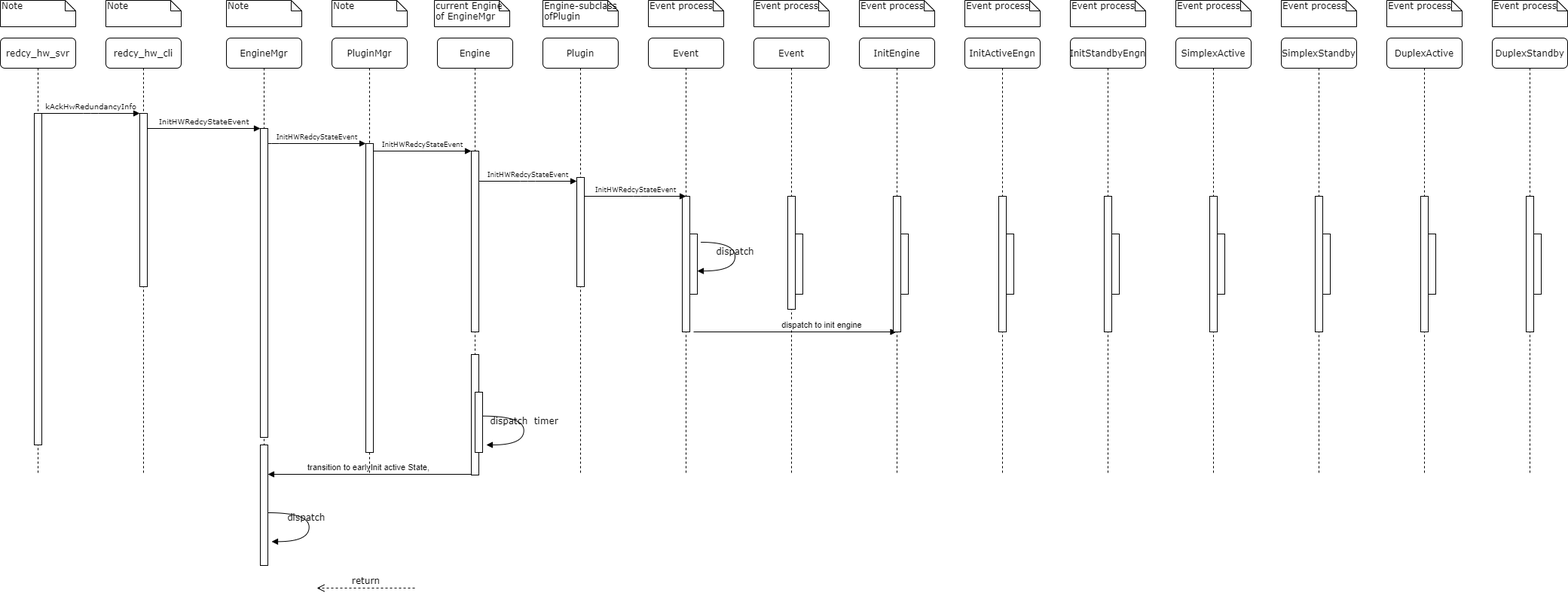
Before: UML/StartActiveRedundancy.png, a diagram exported from draw.io (Steve888888/FN-Redundancy). Source tidied: cells renumbered, new cells last; positions are measured from the earlier drawing's top-left corner, leaving out a move shared by most shapes.
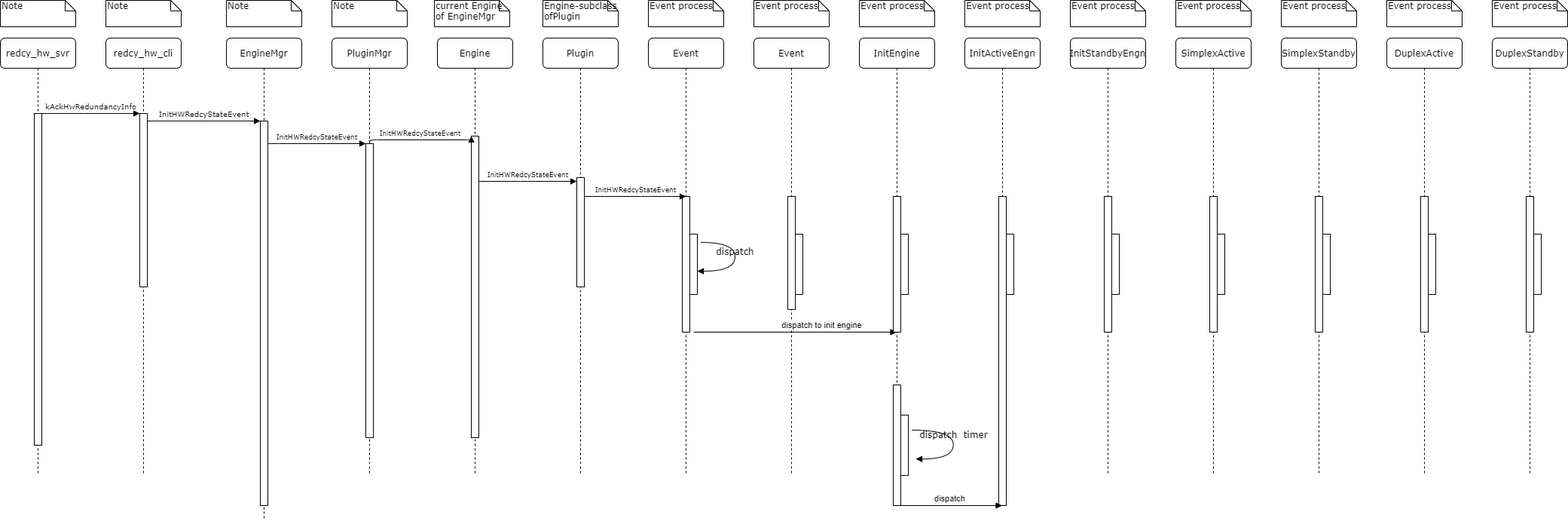
After the change.

Change to the diagram source:
```diff
@@ -2,12 +2,6 @@
   <root>
     <mxCell id="0" />
     <mxCell id="1" parent="0" />
-    <mxCell id="2" value="transition to earlyInit active State,&amp;nbsp;" style="html=1;verticalAlign=bottom;endArrow=block;" parent="1" edge="1">
-      <mxGeometry relative="1" as="geometry">
-        <mxPoint x="625" y="629" as="sourcePoint" />
-        <mxPoint x="355" y="629" as="targetPoint" />
-      </mxGeometry>
-    </mxCell>
     <mxCell id="3" value="redcy_hw_cli" style="shape=umlLifeline;perimeter=lifelinePerimeter;whiteSpace=wrap;html=1;rounded=1;shadow=0;comic=0;labelBackgroundColor=none;strokeWidth=1;fontFamily=Verdana;fontSize=12;align=center;" parent="1" vertex="1">
       <mxGeometry x="140" y="50" width="100" height="580" as="geometry" />
     </mxCell>
@@ -15,10 +9,10 @@
       <mxGeometry x="45" y="100" width="10" height="230" as="geometry" />
     </mxCell>
     <mxCell id="5" value="&lt;span&gt;EngineMgr&lt;/span&gt;" style="shape=umlLifeline;perimeter=lifelinePerimeter;whiteSpace=wrap;html=1;rounded=1;shadow=0;comic=0;labelBackgroundColor=none;strokeWidth=1;fontFamily=Verdana;fontSize=12;align=center;" parent="1" vertex="1">
-      <mxGeometry x="300" y="50" width="100" height="580" as="geometry" />
+      <mxGeometry x="300" y="50" width="100" height="640" as="geometry" />
     </mxCell>
     <mxCell id="6" style="html=1;points=[];perimeter=orthogonalPerimeter;rounded=0;shadow=0;comic=0;labelBackgroundColor=none;strokeWidth=1;fontFamily=Verdana;fontSize=12;align=center;" parent="5" vertex="1">
-      <mxGeometry x="45" y="120" width="10" height="410" as="geometry" />
+      <mxGeometry x="45" y="110" width="10" height="510" as="geometry" />
     </mxCell>
     <mxCell id="7" value="PluginMgr" style="shape=umlLifeline;perimeter=lifelinePerimeter;whiteSpace=wrap;html=1;rounded=1;shadow=0;comic=0;labelBackgroundColor=none;strokeWidth=1;fontFamily=Verdana;fontSize=12;align=center;" parent="1" vertex="1">
       <mxGeometry x="440" y="50" width="100" height="580" as="geometry" />
@@ -26,9 +20,6 @@
     <mxCell id="8" value="Engine" style="shape=umlLifeline;perimeter=lifelinePerimeter;whiteSpace=wrap;html=1;rounded=1;shadow=0;comic=0;labelBackgroundColor=none;strokeWidth=1;fontFamily=Verdana;fontSize=12;align=center;" parent="1" vertex="1">
       <mxGeometry x="580" y="50" width="100" height="580" as="geometry" />
     </mxCell>
-    <mxCell id="9" style="html=1;perimeter=orthogonalPerimeter;rounded=0;shadow=0;comic=0;labelBackgroundColor=none;strokeWidth=1;fontFamily=Verdana;fontSize=12;align=center;" parent="8" vertex="1">
-      <mxGeometry x="45" y="420" width="10" height="160" as="geometry" />
-    </mxCell>
     <mxCell id="10" value="Plugin" style="shape=umlLifeline;perimeter=lifelinePerimeter;whiteSpace=wrap;html=1;rounded=1;shadow=0;comic=0;labelBackgroundColor=none;strokeWidth=1;fontFamily=Verdana;fontSize=12;align=center;" parent="1" vertex="1">
       <mxGeometry x="720" y="50" width="100" height="580" as="geometry" />
     </mxCell>
@@ -51,7 +42,7 @@
       <mxGeometry x="45" y="100" width="10" height="440" as="geometry" />
     </mxCell>
     <mxCell id="17" style="html=1;points=[];perimeter=orthogonalPerimeter;rounded=0;shadow=0;comic=0;labelBackgroundColor=none;strokeWidth=1;fontFamily=Verdana;fontSize=12;align=center;" parent="1" vertex="1">
-      <mxGeometry x="485" y="190" width="10" height="410" as="geometry" />
+      <mxGeometry x="485" y="190" width="10" height="390" as="geometry" />
     </mxCell>
     <mxCell id="18" value="&lt;font style=&quot;font-size: 9px&quot;&gt;InitHWRedcyStateEvent&lt;/font&gt;" style="html=1;verticalAlign=bottom;endArrow=block;labelBackgroundColor=none;fontFamily=Verdana;fontSize=12;edgeStyle=elbowEdgeStyle;elbow=vertical;" parent="1" edge="1" source="6" target="17">
       <mxGeometry relative="1" as="geometry">
@@ -61,7 +52,7 @@
       </mxGeometry>
     </mxCell>
     <mxCell id="19" style="html=1;points=[];perimeter=orthogonalPerimeter;rounded=0;shadow=0;comic=0;labelBackgroundColor=none;strokeWidth=1;fontFamily=Verdana;fontSize=12;align=center;" parent="1" vertex="1">
-      <mxGeometry x="625" y="200" width="10" height="240" as="geometry" />
+      <mxGeometry x="625" y="180" width="10" height="400" as="geometry" />
     </mxCell>
     <mxCell id="20" value="&lt;span style=&quot;font-size: 9px&quot;&gt;InitHWRedcyStateEvent&lt;/span&gt;" style="html=1;verticalAlign=bottom;endArrow=block;entryX=0;entryY=0;labelBackgroundColor=none;fontFamily=Verdana;fontSize=12;edgeStyle=elbowEdgeStyle;elbow=vertical;" parent="1" edge="1" source="17" target="19">
       <mxGeometry relative="1" as="geometry" />
@@ -118,42 +109,16 @@
         </Array>
       </mxGeometry>
     </mxCell>
-    <mxCell id="33" value="return" style="html=1;verticalAlign=bottom;endArrow=open;dashed=1;endSize=8;labelBackgroundColor=none;fontFamily=Verdana;fontSize=12;edgeStyle=elbowEdgeStyle;elbow=vertical;" parent="1" edge="1">
-      <mxGeometry relative="1" as="geometry">
-        <mxPoint x="550" y="780" as="sourcePoint" />
-        <mxPoint x="420" y="780" as="targetPoint" />
-        <Array as="points">
-          <mxPoint x="495" y="780" />
-          <mxPoint x="525" y="780" />
-        </Array>
-      </mxGeometry>
-    </mxCell>
     <mxCell id="34" value="dispatch&amp;nbsp; timer" style="html=1;verticalAlign=bottom;endArrow=block;labelBackgroundColor=none;fontFamily=Verdana;fontSize=12;elbow=vertical;edgeStyle=orthogonalEdgeStyle;curved=1;entryX=1;entryY=0.286;entryPerimeter=0;exitX=1.038;exitY=0.345;exitPerimeter=0;" parent="1" edge="1">
       <mxGeometry relative="1" as="geometry">
-        <mxPoint x="640" y="551.7" as="sourcePoint" />
-        <mxPoint x="645" y="590" as="targetPoint" />
+        <mxPoint x="1210" y="570" as="sourcePoint" />
+        <mxPoint x="1215" y="608.3" as="targetPoint" />
         <Array as="points">
-          <mxPoint x="694.7" y="551.7" />
-          <mxPoint x="694.7" y="589.7" />
+          <mxPoint x="1264.7" y="570" />
+          <mxPoint x="1264.7" y="608" />
         </Array>
       </mxGeometry>
     </mxCell>
-    <mxCell id="35" style="html=1;perimeter=orthogonalPerimeter;" parent="1" vertex="1">
-      <mxGeometry x="630" y="520" width="10" height="80" as="geometry" />
-    </mxCell>
-    <mxCell id="36" style="html=1;perimeter=orthogonalPerimeter;" parent="1" vertex="1">
-      <mxGeometry x="345" y="590" width="10" height="160" as="geometry" />
-    </mxCell>
-    <mxCell id="37" value="dispatch&amp;nbsp;&amp;nbsp;" style="html=1;verticalAlign=bottom;endArrow=block;labelBackgroundColor=none;fontFamily=Verdana;fontSize=12;elbow=vertical;edgeStyle=orthogonalEdgeStyle;curved=1;entryX=1;entryY=0.286;entryPerimeter=0;exitX=1.038;exitY=0.345;exitPerimeter=0;" parent="1" edge="1">
-      <mxGeometry relative="1" as="geometry">
-        <mxPoint x="355" y="680" as="sourcePoint" />
-        <mxPoint x="360" y="718.3" as="targetPoint" />
-        <Array as="points">
-          <mxPoint x="409.7" y="680" />
-          <mxPoint x="409.7" y="718" />
-        </Array>
-      </mxGeometry>
-    </mxCell>
     <mxCell id="38" value="Event process" style="shape=note;whiteSpace=wrap;html=1;size=14;verticalAlign=top;align=left;spacingTop=-6;rounded=0;shadow=0;comic=0;labelBackgroundColor=none;strokeWidth=1;fontFamily=Verdana;fontSize=12;" parent="1" vertex="1">
       <mxGeometry x="1000" width="100" height="35" as="geometry" />
     </mxCell>
@@ -175,7 +140,7 @@
       <mxGeometry x="1140" width="100" height="35" as="geometry" />
     </mxCell>
     <mxCell id="44" value="InitEngine" style="shape=umlLifeline;perimeter=lifelinePerimeter;whiteSpace=wrap;html=1;outlineConnect=0;rounded=1;shadow=0;comic=0;labelBackgroundColor=none;strokeWidth=1;fontFamily=Verdana;fontSize=12;align=center;" parent="1" vertex="1">
-      <mxGeometry x="1140" y="50" width="100" height="580" as="geometry" />
+      <mxGeometry x="1140" y="50" width="100" height="620" as="geometry" />
     </mxCell>
     <mxCell id="45" style="html=1;perimeter=orthogonalPerimeter;rounded=0;shadow=0;comic=0;labelBackgroundColor=none;strokeColor=#000000;strokeWidth=1;fillColor=#FFFFFF;fontFamily=Verdana;fontSize=12;fontColor=#000000;align=center;" parent="44" vertex="1">
       <mxGeometry x="45" y="210" width="10" height="180" as="geometry" />
@@ -183,14 +148,20 @@
     <mxCell id="46" style="html=1;perimeter=orthogonalPerimeter;" parent="44" vertex="1">
       <mxGeometry x="55" y="260" width="10" height="80" as="geometry" />
     </mxCell>
+    <mxCell id="9" style="html=1;perimeter=orthogonalPerimeter;rounded=0;shadow=0;comic=0;labelBackgroundColor=none;strokeWidth=1;fontFamily=Verdana;fontSize=12;align=center;" parent="44" vertex="1">
+      <mxGeometry x="45" y="460" width="10" height="160" as="geometry" />
+    </mxCell>
+    <mxCell id="35" style="html=1;perimeter=orthogonalPerimeter;" parent="44" vertex="1">
+      <mxGeometry x="55" y="500" width="10" height="80" as="geometry" />
+    </mxCell>
     <mxCell id="47" value="Event process" style="shape=note;whiteSpace=wrap;html=1;size=14;verticalAlign=top;align=left;spacingTop=-6;rounded=0;shadow=0;comic=0;labelBackgroundColor=none;strokeWidth=1;fontFamily=Verdana;fontSize=12;" parent="1" vertex="1">
       <mxGeometry x="1280" width="100" height="35" as="geometry" />
     </mxCell>
     <mxCell id="48" value="InitActiveEngn" style="shape=umlLifeline;perimeter=lifelinePerimeter;whiteSpace=wrap;html=1;outlineConnect=0;rounded=1;shadow=0;comic=0;labelBackgroundColor=none;strokeWidth=1;fontFamily=Verdana;fontSize=12;align=center;" parent="1" vertex="1">
-      <mxGeometry x="1280" y="50" width="100" height="580" as="geometry" />
+      <mxGeometry x="1280" y="50" width="100" height="620" as="geometry" />
     </mxCell>
     <mxCell id="49" style="html=1;perimeter=orthogonalPerimeter;rounded=0;shadow=0;comic=0;labelBackgroundColor=none;strokeColor=#000000;strokeWidth=1;fillColor=#FFFFFF;fontFamily=Verdana;fontSize=12;fontColor=#000000;align=center;" parent="48" vertex="1">
-      <mxGeometry x="45" y="210" width="10" height="180" as="geometry" />
+      <mxGeometry x="45" y="210" width="10" height="410" as="geometry" />
     </mxCell>
     <mxCell id="50" style="html=1;perimeter=orthogonalPerimeter;" parent="48" vertex="1">
       <mxGeometry x="55" y="260" width="10" height="80" as="geometry" />
@@ -255,5 +226,10 @@
     <mxCell id="70" style="html=1;perimeter=orthogonalPerimeter;" parent="68" vertex="1">
       <mxGeometry x="55" y="260" width="10" height="80" as="geometry" />
     </mxCell>
+    <mxCell id="37" value="dispatch" style="html=1;verticalAlign=bottom;endArrow=block;" parent="1" edge="1" target="48">
+      <mxGeometry relative="1" as="geometry">
+        <mxPoint x="1190" y="670" as="sourcePoint" />
+      </mxGeometry>
+    </mxCell>
   </root>
 </mxGraphModel>
```
